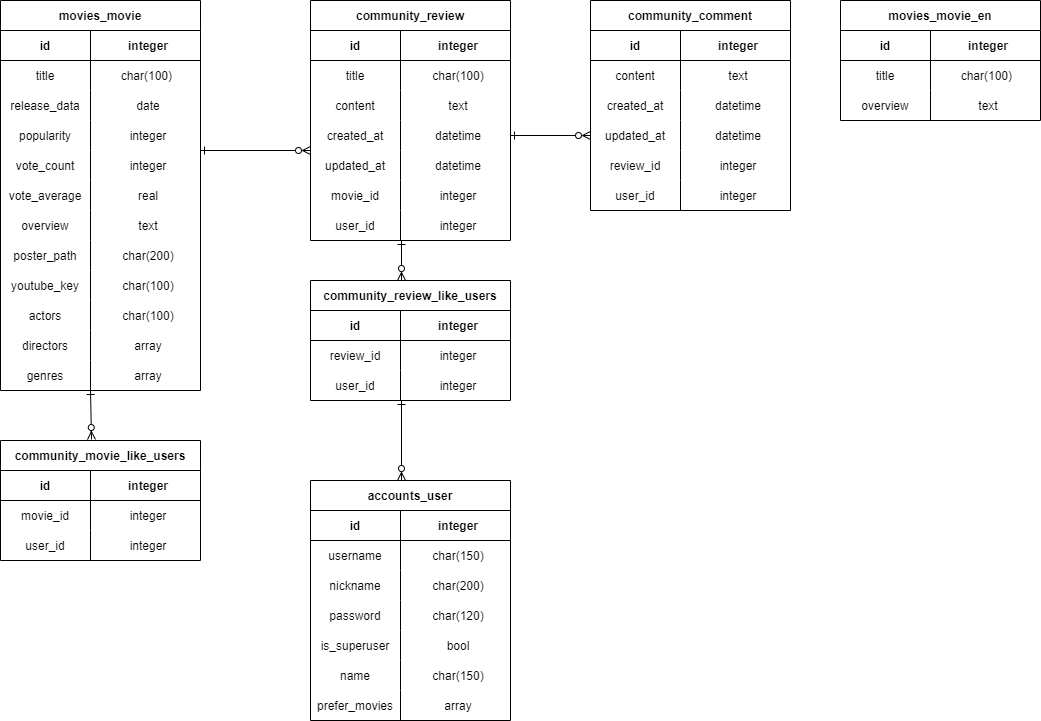
Before: ERD.drawio.png, a diagram exported from draw.io (gilsanguk/MOJI). Source tidied: cells renumbered, new cells last; positions are measured from the earlier drawing's top-left corner, leaving out a move shared by most shapes.
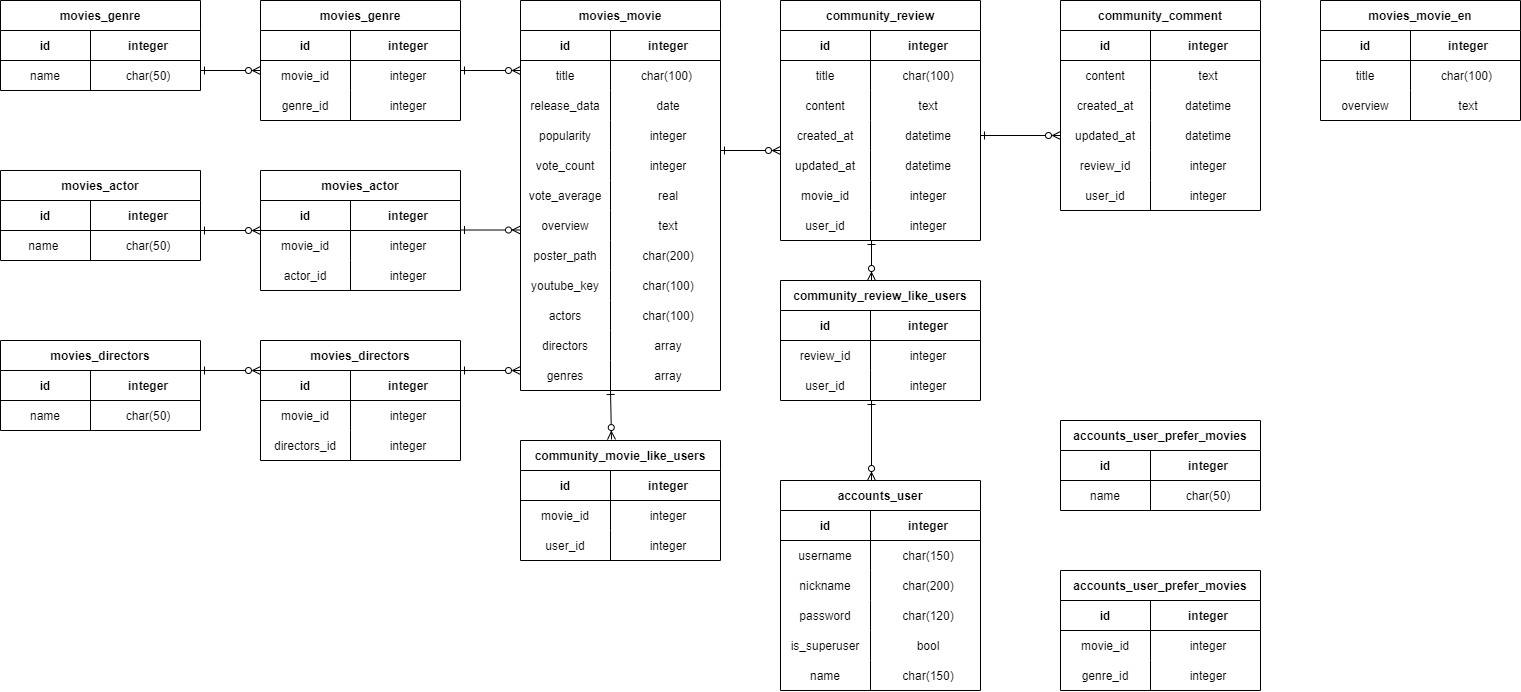
The same diagram one commit later.

Change to the diagram source:
```diff
@@ -71,3 +71,3 @@
     <mxCell id="24" value="movies_movie" style="shape=table;startSize=30;rowLines=0;fontStyle=1;align=center;" parent="1" vertex="1">
-      <mxGeometry width="200" height="390" as="geometry" />
+      <mxGeometry x="50" width="200" height="390" as="geometry" />
     </mxCell>
@@ -182,3 +182,3 @@
     <mxCell id="61" value="movies_movie_en" style="shape=table;startSize=30;rowLines=0;fontStyle=1;align=center;" parent="1" vertex="1">
-      <mxGeometry x="840" width="200" height="120" as="geometry" />
+      <mxGeometry x="850" width="200" height="120" as="geometry" />
     </mxCell>
@@ -299,3 +299,3 @@
     <mxCell id="100" value="community_movie_like_users" style="shape=table;startSize=30;rowLines=0;fontStyle=1;align=center;" parent="1" vertex="1">
-      <mxGeometry y="440" width="200" height="120" as="geometry" />
+      <mxGeometry x="50" y="440" width="200" height="120" as="geometry" />
     </mxCell>
@@ -332,3 +332,3 @@
     <mxCell id="111" value="accounts_user" style="shape=table;startSize=30;rowLines=0;fontStyle=1;align=center;" parent="1" vertex="1">
-      <mxGeometry x="310" y="480" width="200" height="240" as="geometry" />
+      <mxGeometry x="310" y="480" width="200" height="210" as="geometry" />
     </mxCell>
@@ -388,11 +388,2 @@
     </mxCell>
-    <mxCell id="130" style="shape=partialRectangle;fillColor=none;top=0;left=0;right=0;bottom=0;" parent="111" vertex="1">
-      <mxGeometry y="210" width="200" height="30" as="geometry" />
-    </mxCell>
-    <mxCell id="131" value="prefer_movies" style="shape=partialRectangle;overflow=hidden;fillColor=none;top=0;left=0;bottom=0;right=0;" parent="130" vertex="1">
-      <mxGeometry width="90" height="30" as="geometry" />
-    </mxCell>
-    <mxCell id="132" value="array" style="shape=partialRectangle;overflow=hidden;fillColor=none;top=0;left=0;bottom=0;right=0;align=center;spacingLeft=6;fontColor=#000000;" parent="130" vertex="1">
-      <mxGeometry x="90" width="110" height="30" as="geometry" />
-    </mxCell>
     <mxCell id="133" style="fontSize=12;html=1;endArrow=ERzeroToMany;endFill=1;startArrow=ERone;rounded=1;fontFamily=Helvetica;fontColor=default;startFill=0;" parent="1" edge="1">
@@ -405,3 +396,3 @@
       <mxGeometry relative="1" as="geometry">
-        <mxPoint x="90" y="390" as="sourcePoint" />
+        <mxPoint x="140" y="390" as="sourcePoint" />
       </mxGeometry>
@@ -416,5 +407,245 @@
         <mxPoint x="310" y="150" as="sourcePoint" />
-        <mxPoint x="200" y="150" as="targetPoint" />
+        <mxPoint x="250" y="150" as="targetPoint" />
       </mxGeometry>
     </mxCell>
+    <mxCell id="137" value="movies_genre" style="shape=table;startSize=30;rowLines=0;fontStyle=1;align=center;" parent="1" vertex="1">
+      <mxGeometry x="-470" width="200" height="90" as="geometry" />
+    </mxCell>
+    <mxCell id="138" style="shape=partialRectangle;fillColor=none;top=0;left=0;right=0;bottom=1;" parent="137" vertex="1">
+      <mxGeometry y="30" width="200" height="30" as="geometry" />
+    </mxCell>
+    <mxCell id="139" value="id" style="shape=partialRectangle;overflow=hidden;fillColor=none;top=0;left=0;bottom=0;right=0;fontStyle=1;" parent="138" vertex="1">
+      <mxGeometry width="90" height="30" as="geometry" />
+    </mxCell>
+    <mxCell id="140" value="integer" style="shape=partialRectangle;overflow=hidden;fillColor=none;top=0;left=0;bottom=0;right=0;align=center;spacingLeft=6;fontStyle=1;" parent="138" vertex="1">
+      <mxGeometry x="90" width="110" height="30" as="geometry" />
+    </mxCell>
+    <mxCell id="141" style="shape=partialRectangle;fillColor=none;top=0;left=0;right=0;bottom=0;" parent="137" vertex="1">
+      <mxGeometry y="60" width="200" height="30" as="geometry" />
+    </mxCell>
+    <mxCell id="142" value="name" style="shape=partialRectangle;overflow=hidden;fillColor=none;top=0;left=0;bottom=0;right=0;" parent="141" vertex="1">
+      <mxGeometry width="90" height="30" as="geometry" />
+    </mxCell>
+    <mxCell id="143" value="char(50)" style="shape=partialRectangle;overflow=hidden;fillColor=none;top=0;left=0;bottom=0;right=0;align=center;spacingLeft=6;" parent="141" vertex="1">
+      <mxGeometry x="90" width="110" height="30" as="geometry" />
+    </mxCell>
+    <mxCell id="144" value="movies_actor" style="shape=table;startSize=30;rowLines=0;fontStyle=1;align=center;" parent="1" vertex="1">
+      <mxGeometry x="-470" y="170" width="200" height="90" as="geometry" />
+    </mxCell>
+    <mxCell id="145" style="shape=partialRectangle;fillColor=none;top=0;left=0;right=0;bottom=1;" parent="144" vertex="1">
+      <mxGeometry y="30" width="200" height="30" as="geometry" />
+    </mxCell>
+    <mxCell id="146" value="id" style="shape=partialRectangle;overflow=hidden;fillColor=none;top=0;left=0;bottom=0;right=0;fontStyle=1;" parent="145" vertex="1">
+      <mxGeometry width="90" height="30" as="geometry" />
+    </mxCell>
+    <mxCell id="147" value="integer" style="shape=partialRectangle;overflow=hidden;fillColor=none;top=0;left=0;bottom=0;right=0;align=center;spacingLeft=6;fontStyle=1;" parent="145" vertex="1">
+      <mxGeometry x="90" width="110" height="30" as="geometry" />
+    </mxCell>
+    <mxCell id="148" style="shape=partialRectangle;fillColor=none;top=0;left=0;right=0;bottom=0;" parent="144" vertex="1">
+      <mxGeometry y="60" width="200" height="30" as="geometry" />
+    </mxCell>
+    <mxCell id="149" value="name " style="shape=partialRectangle;overflow=hidden;fillColor=none;top=0;left=0;bottom=0;right=0;" parent="148" vertex="1">
+      <mxGeometry width="90" height="30" as="geometry" />
+    </mxCell>
+    <mxCell id="150" value="char(50)" style="shape=partialRectangle;overflow=hidden;fillColor=none;top=0;left=0;bottom=0;right=0;align=center;spacingLeft=6;" parent="148" vertex="1">
+      <mxGeometry x="90" width="110" height="30" as="geometry" />
+    </mxCell>
+    <mxCell id="151" value="movies_directors" style="shape=table;startSize=30;rowLines=0;fontStyle=1;align=center;" parent="1" vertex="1">
+      <mxGeometry x="-470" y="340" width="200" height="90" as="geometry" />
+    </mxCell>
+    <mxCell id="152" style="shape=partialRectangle;fillColor=none;top=0;left=0;right=0;bottom=1;" parent="151" vertex="1">
+      <mxGeometry y="30" width="200" height="30" as="geometry" />
+    </mxCell>
+    <mxCell id="153" value="id" style="shape=partialRectangle;overflow=hidden;fillColor=none;top=0;left=0;bottom=0;right=0;fontStyle=1;" parent="152" vertex="1">
+      <mxGeometry width="90" height="30" as="geometry" />
+    </mxCell>
+    <mxCell id="154" value="integer" style="shape=partialRectangle;overflow=hidden;fillColor=none;top=0;left=0;bottom=0;right=0;align=center;spacingLeft=6;fontStyle=1;" parent="152" vertex="1">
+      <mxGeometry x="90" width="110" height="30" as="geometry" />
+    </mxCell>
+    <mxCell id="155" style="shape=partialRectangle;fillColor=none;top=0;left=0;right=0;bottom=0;" parent="151" vertex="1">
+      <mxGeometry y="60" width="200" height="30" as="geometry" />
+    </mxCell>
+    <mxCell id="156" value="name" style="shape=partialRectangle;overflow=hidden;fillColor=none;top=0;left=0;bottom=0;right=0;" parent="155" vertex="1">
+      <mxGeometry width="90" height="30" as="geometry" />
+    </mxCell>
+    <mxCell id="157" value="char(50)" style="shape=partialRectangle;overflow=hidden;fillColor=none;top=0;left=0;bottom=0;right=0;align=center;spacingLeft=6;" parent="155" vertex="1">
+      <mxGeometry x="90" width="110" height="30" as="geometry" />
+    </mxCell>
+    <mxCell id="158" value="movies_genre" style="shape=table;startSize=30;rowLines=0;fontStyle=1;align=center;" parent="1" vertex="1">
+      <mxGeometry x="-210" width="200" height="120" as="geometry" />
+    </mxCell>
+    <mxCell id="159" style="shape=partialRectangle;fillColor=none;top=0;left=0;right=0;bottom=1;" parent="158" vertex="1">
+      <mxGeometry y="30" width="200" height="30" as="geometry" />
+    </mxCell>
+    <mxCell id="160" value="id" style="shape=partialRectangle;overflow=hidden;fillColor=none;top=0;left=0;bottom=0;right=0;fontStyle=1;" parent="159" vertex="1">
+      <mxGeometry width="90" height="30" as="geometry" />
+    </mxCell>
+    <mxCell id="161" value="integer" style="shape=partialRectangle;overflow=hidden;fillColor=none;top=0;left=0;bottom=0;right=0;align=center;spacingLeft=6;fontStyle=1;" parent="159" vertex="1">
+      <mxGeometry x="90" width="110" height="30" as="geometry" />
+    </mxCell>
+    <mxCell id="162" style="shape=partialRectangle;fillColor=none;top=0;left=0;right=0;bottom=0;" parent="158" vertex="1">
+      <mxGeometry y="60" width="200" height="30" as="geometry" />
+    </mxCell>
+    <mxCell id="163" value="movie_id" style="shape=partialRectangle;overflow=hidden;fillColor=none;top=0;left=0;bottom=0;right=0;" parent="162" vertex="1">
+      <mxGeometry width="90" height="30" as="geometry" />
+    </mxCell>
+    <mxCell id="164" value="integer" style="shape=partialRectangle;overflow=hidden;fillColor=none;top=0;left=0;bottom=0;right=0;align=center;spacingLeft=6;" parent="162" vertex="1">
+      <mxGeometry x="90" width="110" height="30" as="geometry" />
+    </mxCell>
+    <mxCell id="165" style="shape=partialRectangle;fillColor=none;top=0;left=0;right=0;bottom=0;" parent="158" vertex="1">
+      <mxGeometry y="90" width="200" height="30" as="geometry" />
+    </mxCell>
+    <mxCell id="166" value="genre_id" style="shape=partialRectangle;overflow=hidden;fillColor=none;top=0;left=0;bottom=0;right=0;" parent="165" vertex="1">
+      <mxGeometry width="90" height="30" as="geometry" />
+    </mxCell>
+    <mxCell id="167" value="integer" style="shape=partialRectangle;overflow=hidden;fillColor=none;top=0;left=0;bottom=0;right=0;align=center;spacingLeft=6;" parent="165" vertex="1">
+      <mxGeometry x="90" width="110" height="30" as="geometry" />
+    </mxCell>
+    <mxCell id="168" value="movies_actor" style="shape=table;startSize=30;rowLines=0;fontStyle=1;align=center;" parent="1" vertex="1">
+      <mxGeometry x="-210" y="170" width="200" height="120" as="geometry" />
+    </mxCell>
+    <mxCell id="169" style="shape=partialRectangle;fillColor=none;top=0;left=0;right=0;bottom=1;" parent="168" vertex="1">
+      <mxGeometry y="30" width="200" height="30" as="geometry" />
+    </mxCell>
+    <mxCell id="170" value="id" style="shape=partialRectangle;overflow=hidden;fillColor=none;top=0;left=0;bottom=0;right=0;fontStyle=1;" parent="169" vertex="1">
+      <mxGeometry width="90" height="30" as="geometry" />
+    </mxCell>
+    <mxCell id="171" value="integer" style="shape=partialRectangle;overflow=hidden;fillColor=none;top=0;left=0;bottom=0;right=0;align=center;spacingLeft=6;fontStyle=1;" parent="169" vertex="1">
+      <mxGeometry x="90" width="110" height="30" as="geometry" />
+    </mxCell>
+    <mxCell id="172" style="shape=partialRectangle;fillColor=none;top=0;left=0;right=0;bottom=0;" parent="168" vertex="1">
+      <mxGeometry y="60" width="200" height="30" as="geometry" />
+    </mxCell>
+    <mxCell id="173" value="movie_id" style="shape=partialRectangle;overflow=hidden;fillColor=none;top=0;left=0;bottom=0;right=0;" parent="172" vertex="1">
+      <mxGeometry width="90" height="30" as="geometry" />
+    </mxCell>
+    <mxCell id="174" value="integer" style="shape=partialRectangle;overflow=hidden;fillColor=none;top=0;left=0;bottom=0;right=0;align=center;spacingLeft=6;" parent="172" vertex="1">
+      <mxGeometry x="90" width="110" height="30" as="geometry" />
+    </mxCell>
+    <mxCell id="175" style="shape=partialRectangle;fillColor=none;top=0;left=0;right=0;bottom=0;" parent="168" vertex="1">
+      <mxGeometry y="90" width="200" height="30" as="geometry" />
+    </mxCell>
+    <mxCell id="176" value="actor_id" style="shape=partialRectangle;overflow=hidden;fillColor=none;top=0;left=0;bottom=0;right=0;" parent="175" vertex="1">
+      <mxGeometry width="90" height="30" as="geometry" />
+    </mxCell>
+    <mxCell id="177" value="integer" style="shape=partialRectangle;overflow=hidden;fillColor=none;top=0;left=0;bottom=0;right=0;align=center;spacingLeft=6;" parent="175" vertex="1">
+      <mxGeometry x="90" width="110" height="30" as="geometry" />
+    </mxCell>
+    <mxCell id="178" value="movies_directors" style="shape=table;startSize=30;rowLines=0;fontStyle=1;align=center;" parent="1" vertex="1">
+      <mxGeometry x="-210" y="340" width="200" height="120" as="geometry" />
+    </mxCell>
+    <mxCell id="179" style="shape=partialRectangle;fillColor=none;top=0;left=0;right=0;bottom=1;" parent="178" vertex="1">
+      <mxGeometry y="30" width="200" height="30" as="geometry" />
+    </mxCell>
+    <mxCell id="180" value="id" style="shape=partialRectangle;overflow=hidden;fillColor=none;top=0;left=0;bottom=0;right=0;fontStyle=1;" parent="179" vertex="1">
+      <mxGeometry width="90" height="30" as="geometry" />
+    </mxCell>
+    <mxCell id="181" value="integer" style="shape=partialRectangle;overflow=hidden;fillColor=none;top=0;left=0;bottom=0;right=0;align=center;spacingLeft=6;fontStyle=1;" parent="179" vertex="1">
+      <mxGeometry x="90" width="110" height="30" as="geometry" />
+    </mxCell>
+    <mxCell id="182" style="shape=partialRectangle;fillColor=none;top=0;left=0;right=0;bottom=0;" parent="178" vertex="1">
+      <mxGeometry y="60" width="200" height="30" as="geometry" />
+    </mxCell>
+    <mxCell id="183" value="movie_id" style="shape=partialRectangle;overflow=hidden;fillColor=none;top=0;left=0;bottom=0;right=0;" parent="182" vertex="1">
+      <mxGeometry width="90" height="30" as="geometry" />
+    </mxCell>
+    <mxCell id="184" value="integer" style="shape=partialRectangle;overflow=hidden;fillColor=none;top=0;left=0;bottom=0;right=0;align=center;spacingLeft=6;" parent="182" vertex="1">
+      <mxGeometry x="90" width="110" height="30" as="geometry" />
+    </mxCell>
+    <mxCell id="185" style="shape=partialRectangle;fillColor=none;top=0;left=0;right=0;bottom=0;" parent="178" vertex="1">
+      <mxGeometry y="90" width="200" height="30" as="geometry" />
+    </mxCell>
+    <mxCell id="186" value="directors_id" style="shape=partialRectangle;overflow=hidden;fillColor=none;top=0;left=0;bottom=0;right=0;" parent="185" vertex="1">
+      <mxGeometry width="90" height="30" as="geometry" />
+    </mxCell>
+    <mxCell id="187" value="integer" style="shape=partialRectangle;overflow=hidden;fillColor=none;top=0;left=0;bottom=0;right=0;align=center;spacingLeft=6;" parent="185" vertex="1">
+      <mxGeometry x="90" width="110" height="30" as="geometry" />
+    </mxCell>
+    <mxCell id="188" style="fontSize=12;html=1;endArrow=ERone;endFill=0;startArrow=ERzeroToMany;rounded=1;fontFamily=Helvetica;fontColor=default;startFill=0;" parent="1" edge="1">
+      <mxGeometry relative="1" as="geometry">
+        <mxPoint x="-210" y="70" as="sourcePoint" />
+        <mxPoint x="-270" y="70" as="targetPoint" />
+      </mxGeometry>
+    </mxCell>
+    <mxCell id="189" style="fontSize=12;html=1;endArrow=ERone;endFill=0;startArrow=ERzeroToMany;rounded=1;fontFamily=Helvetica;fontColor=default;startFill=0;" parent="1" edge="1">
+      <mxGeometry relative="1" as="geometry">
+        <mxPoint x="-210" y="230" as="sourcePoint" />
+        <mxPoint x="-270" y="230" as="targetPoint" />
+      </mxGeometry>
+    </mxCell>
+    <mxCell id="190" style="fontSize=12;html=1;endArrow=ERone;endFill=0;startArrow=ERzeroToMany;rounded=1;fontFamily=Helvetica;fontColor=default;startFill=0;" parent="1" edge="1">
+      <mxGeometry relative="1" as="geometry">
+        <mxPoint x="-210" y="370" as="sourcePoint" />
+        <mxPoint x="-270" y="370" as="targetPoint" />
+      </mxGeometry>
+    </mxCell>
+    <mxCell id="191" style="fontSize=12;html=1;endArrow=ERone;endFill=0;startArrow=ERzeroToMany;rounded=1;fontFamily=Helvetica;fontColor=default;startFill=0;" parent="1" edge="1">
+      <mxGeometry relative="1" as="geometry">
+        <mxPoint x="50" y="70" as="sourcePoint" />
+        <mxPoint x="-10" y="70" as="targetPoint" />
+      </mxGeometry>
+    </mxCell>
+    <mxCell id="192" style="fontSize=12;html=1;endArrow=ERone;endFill=0;startArrow=ERzeroToMany;rounded=1;fontFamily=Helvetica;fontColor=default;startFill=0;" parent="1" edge="1">
+      <mxGeometry relative="1" as="geometry">
+        <mxPoint x="50" y="229.5" as="sourcePoint" />
+        <mxPoint x="-10" y="229.5" as="targetPoint" />
+      </mxGeometry>
+    </mxCell>
+    <mxCell id="193" style="fontSize=12;html=1;endArrow=ERone;endFill=0;startArrow=ERzeroToMany;rounded=1;fontFamily=Helvetica;fontColor=default;startFill=0;" parent="1" edge="1">
+      <mxGeometry relative="1" as="geometry">
+        <mxPoint x="50" y="370" as="sourcePoint" />
+        <mxPoint x="-10" y="370" as="targetPoint" />
+      </mxGeometry>
+    </mxCell>
+    <mxCell id="194" value="accounts_user_prefer_movies" style="shape=table;startSize=30;rowLines=0;fontStyle=1;align=center;" parent="1" vertex="1">
+      <mxGeometry x="590" y="420" width="200" height="90" as="geometry" />
+    </mxCell>
+    <mxCell id="195" style="shape=partialRectangle;fillColor=none;top=0;left=0;right=0;bottom=1;" parent="194" vertex="1">
+      <mxGeometry y="30" width="200" height="30" as="geometry" />
+    </mxCell>
+    <mxCell id="196" value="id" style="shape=partialRectangle;overflow=hidden;fillColor=none;top=0;left=0;bottom=0;right=0;fontStyle=1;" parent="195" vertex="1">
+      <mxGeometry width="90" height="30" as="geometry" />
+    </mxCell>
+    <mxCell id="197" value="integer" style="shape=partialRectangle;overflow=hidden;fillColor=none;top=0;left=0;bottom=0;right=0;align=center;spacingLeft=6;fontStyle=1;" parent="195" vertex="1">
+      <mxGeometry x="90" width="110" height="30" as="geometry" />
+    </mxCell>
+    <mxCell id="198" style="shape=partialRectangle;fillColor=none;top=0;left=0;right=0;bottom=0;" parent="194" vertex="1">
+      <mxGeometry y="60" width="200" height="30" as="geometry" />
+    </mxCell>
+    <mxCell id="199" value="name" style="shape=partialRectangle;overflow=hidden;fillColor=none;top=0;left=0;bottom=0;right=0;" parent="198" vertex="1">
+      <mxGeometry width="90" height="30" as="geometry" />
+    </mxCell>
+    <mxCell id="200" value="char(50)" style="shape=partialRectangle;overflow=hidden;fillColor=none;top=0;left=0;bottom=0;right=0;align=center;spacingLeft=6;" parent="198" vertex="1">
+      <mxGeometry x="90" width="110" height="30" as="geometry" />
+    </mxCell>
+    <mxCell id="201" value="accounts_user_prefer_movies" style="shape=table;startSize=30;rowLines=0;fontStyle=1;align=center;" parent="1" vertex="1">
+      <mxGeometry x="590" y="570" width="200" height="120" as="geometry" />
+    </mxCell>
+    <mxCell id="202" style="shape=partialRectangle;fillColor=none;top=0;left=0;right=0;bottom=1;" parent="201" vertex="1">
+      <mxGeometry y="30" width="200" height="30" as="geometry" />
+    </mxCell>
+    <mxCell id="203" value="id" style="shape=partialRectangle;overflow=hidden;fillColor=none;top=0;left=0;bottom=0;right=0;fontStyle=1;" parent="202" vertex="1">
+      <mxGeometry width="90" height="30" as="geometry" />
+    </mxCell>
+    <mxCell id="204" value="integer" style="shape=partialRectangle;overflow=hidden;fillColor=none;top=0;left=0;bottom=0;right=0;align=center;spacingLeft=6;fontStyle=1;" parent="202" vertex="1">
+      <mxGeometry x="90" width="110" height="30" as="geometry" />
+    </mxCell>
+    <mxCell id="205" style="shape=partialRectangle;fillColor=none;top=0;left=0;right=0;bottom=0;" parent="201" vertex="1">
+      <mxGeometry y="60" width="200" height="30" as="geometry" />
+    </mxCell>
+    <mxCell id="206" value="movie_id" style="shape=partialRectangle;overflow=hidden;fillColor=none;top=0;left=0;bottom=0;right=0;" parent="205" vertex="1">
+      <mxGeometry width="90" height="30" as="geometry" />
+    </mxCell>
+    <mxCell id="207" value="integer" style="shape=partialRectangle;overflow=hidden;fillColor=none;top=0;left=0;bottom=0;right=0;align=center;spacingLeft=6;" parent="205" vertex="1">
+      <mxGeometry x="90" width="110" height="30" as="geometry" />
+    </mxCell>
+    <mxCell id="208" style="shape=partialRectangle;fillColor=none;top=0;left=0;right=0;bottom=0;" parent="201" vertex="1">
+      <mxGeometry y="90" width="200" height="30" as="geometry" />
+    </mxCell>
+    <mxCell id="209" value="genre_id" style="shape=partialRectangle;overflow=hidden;fillColor=none;top=0;left=0;bottom=0;right=0;" parent="208" vertex="1">
+      <mxGeometry width="90" height="30" as="geometry" />
+    </mxCell>
+    <mxCell id="210" value="integer" style="shape=partialRectangle;overflow=hidden;fillColor=none;top=0;left=0;bottom=0;right=0;align=center;spacingLeft=6;" parent="208" vertex="1">
+      <mxGeometry x="90" width="110" height="30" as="geometry" />
+    </mxCell>
   </root>
```
